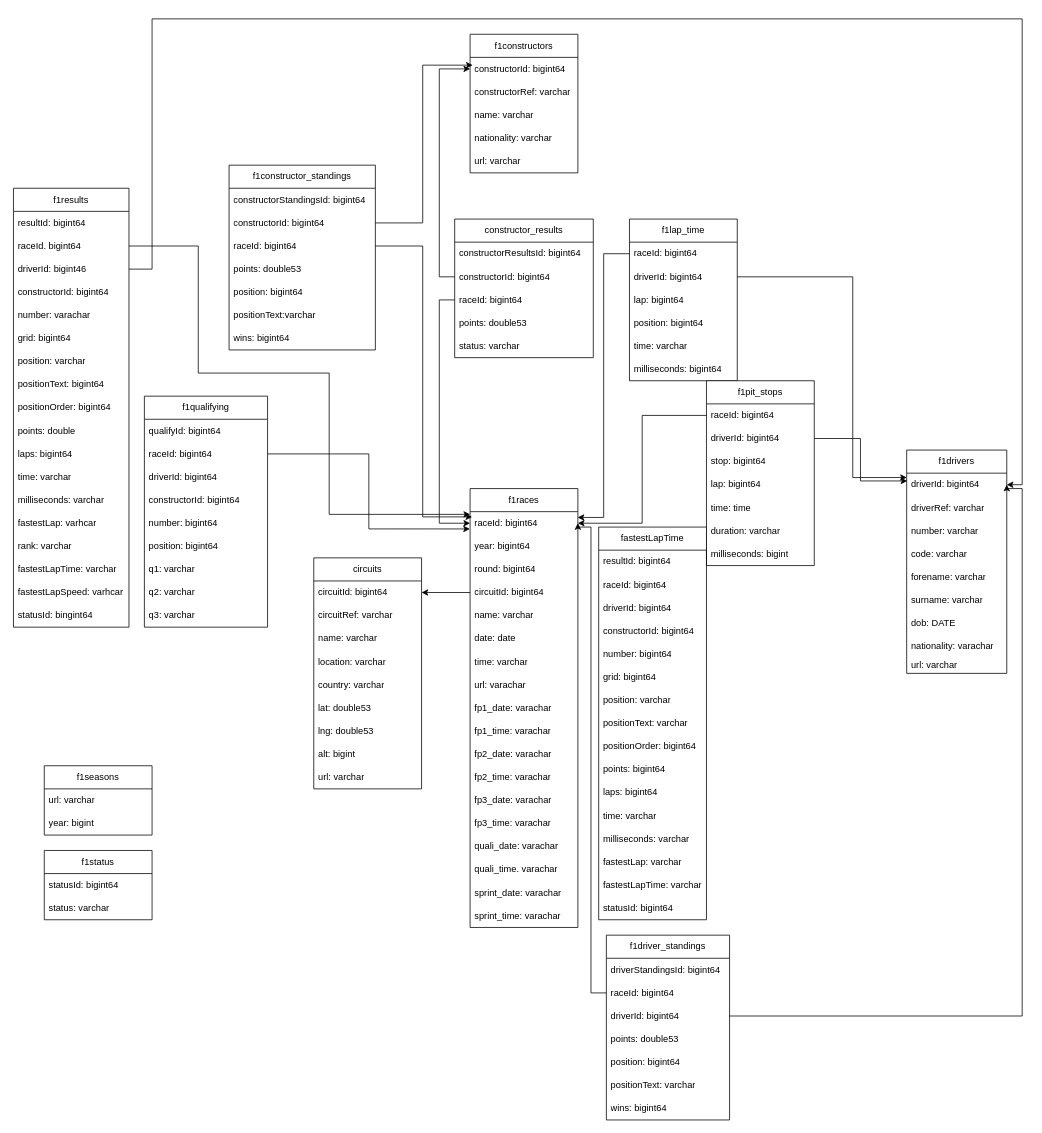
This is er_diagram/formula1_predictor.drawio from Vence85/formula1_predictor, a draw.io file, before an edit. Source tidied: cells renumbered, new cells numbered last; positions are measured from the earlier drawing's top-left corner, leaving out a move shared by most shapes. Both pictures are drawn from the tidied source at 77%, with x=0, y=0 at pixel (13, 18).
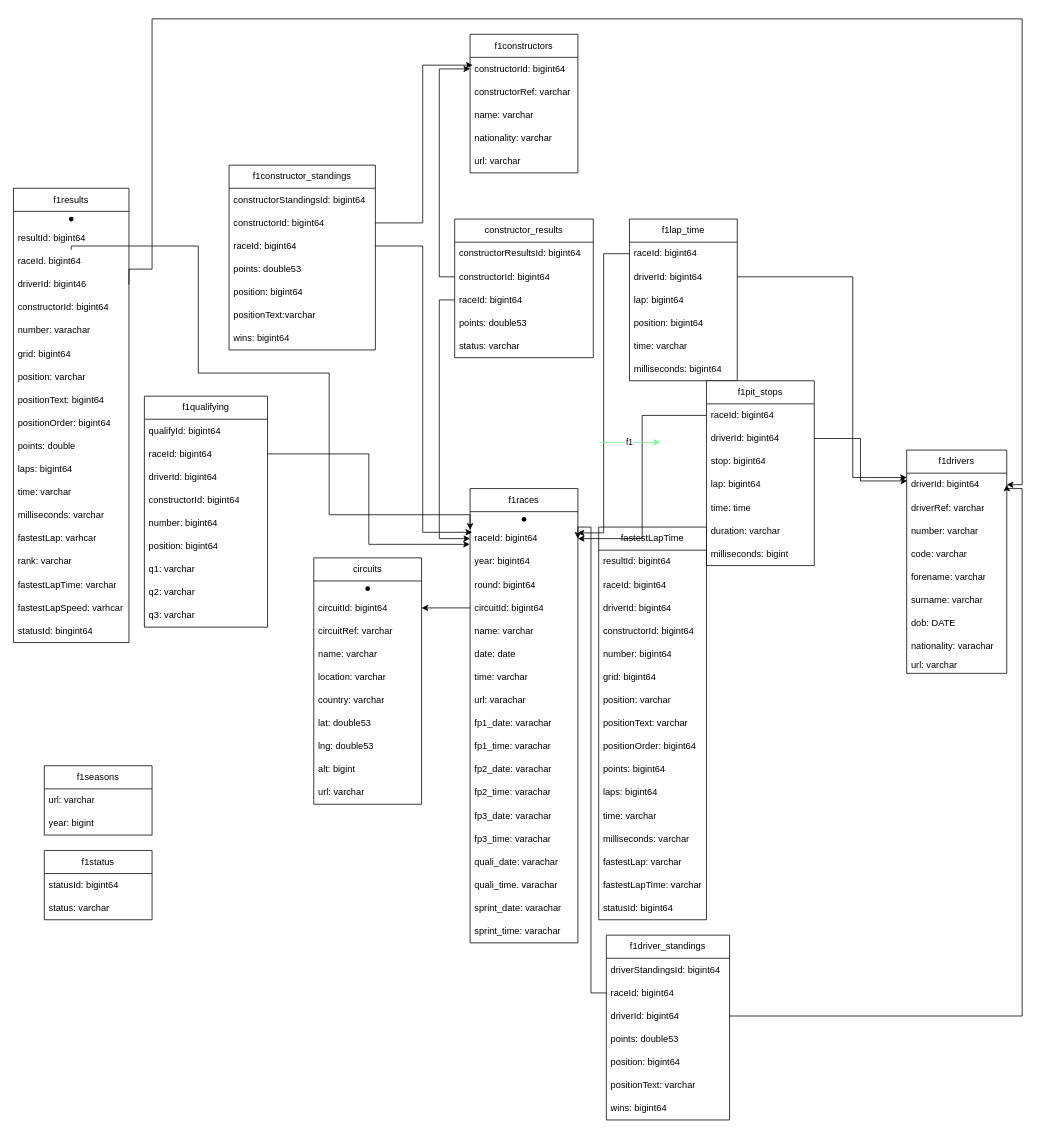
The same diagram, later.

Commit message (it also covers changes not shown here):
deleted a unfinished file with a er diagram

Change to the diagram source:
```diff
@@
     <mxCell id="2" value="circuits" style="swimlane;fontStyle=0;horizontal=1;startSize=30;whiteSpace=wrap;html=1;" parent="1" vertex="1">
-      <mxGeometry x="390" y="700" width="140" height="300" as="geometry" />
+      <mxGeometry x="390" y="700" width="140" height="320" as="geometry" />
     </mxCell>
+    <mxCell id="150" style="shape=waypoint;sketch=0;fillStyle=solid;size=6;fillColor=none;perimeter=centerPerimeter;" parent="2" vertex="1">
+      <mxGeometry y="30" width="140" height="20" as="geometry" />
+    </mxCell>
     <mxCell id="3" value="circuitId: bigint64" style="text;strokeColor=none;fillColor=none;align=left;verticalAlign=middle;spacingLeft=4;spacingRight=4;overflow=hidden;points=[[0,0.5],[1,0.5]];portConstraint=eastwest;whiteSpace=wrap;html=1;" parent="2" vertex="1">
-      <mxGeometry y="30" width="140" height="30" as="geometry" />
+      <mxGeometry y="50" width="140" height="30" as="geometry" />
     </mxCell>
     <mxCell id="4" value="circuitRef: varchar" style="text;strokeColor=none;fillColor=none;align=left;verticalAlign=middle;spacingLeft=4;spacingRight=4;overflow=hidden;whiteSpace=wrap;html=1;" parent="2" vertex="1">
-      <mxGeometry y="60" width="140" height="30" as="geometry" />
+      <mxGeometry y="80" width="140" height="30" as="geometry" />
     </mxCell>
     <mxCell id="5" value="name: varchar" style="text;strokeColor=none;fillColor=none;align=left;verticalAlign=middle;spacingLeft=4;spacingRight=4;overflow=hidden;whiteSpace=wrap;html=1;" parent="2" vertex="1">
-      <mxGeometry y="90" width="140" height="30" as="geometry" />
+      <mxGeometry y="110" width="140" height="30" as="geometry" />
     </mxCell>
     <mxCell id="6" value="location: varchar" style="text;strokeColor=none;fillColor=none;align=left;verticalAlign=middle;spacingLeft=4;spacingRight=4;overflow=hidden;whiteSpace=wrap;html=1;" parent="2" vertex="1">
-      <mxGeometry y="120" width="140" height="30" as="geometry" />
+      <mxGeometry y="140" width="140" height="30" as="geometry" />
     </mxCell>
     <mxCell id="7" value="country: varchar" style="text;strokeColor=none;fillColor=none;align=left;verticalAlign=middle;spacingLeft=4;spacingRight=4;overflow=hidden;whiteSpace=wrap;html=1;" parent="2" vertex="1">
-      <mxGeometry y="150" width="140" height="30" as="geometry" />
+      <mxGeometry y="170" width="140" height="30" as="geometry" />
     </mxCell>
     <mxCell id="8" value="lat: double53" style="text;strokeColor=none;fillColor=none;align=left;verticalAlign=middle;spacingLeft=4;spacingRight=4;overflow=hidden;whiteSpace=wrap;html=1;" parent="2" vertex="1">
-      <mxGeometry y="180" width="140" height="30" as="geometry" />
+      <mxGeometry y="200" width="140" height="30" as="geometry" />
     </mxCell>
     <mxCell id="9" value="lng: double53" style="text;strokeColor=none;fillColor=none;align=left;verticalAlign=middle;spacingLeft=4;spacingRight=4;overflow=hidden;whiteSpace=wrap;html=1;" parent="2" vertex="1">
-      <mxGeometry y="210" width="140" height="30" as="geometry" />
+      <mxGeometry y="230" width="140" height="30" as="geometry" />
     </mxCell>
     <mxCell id="10" value="alt: bigint" style="text;strokeColor=none;fillColor=none;align=left;verticalAlign=middle;spacingLeft=4;spacingRight=4;overflow=hidden;whiteSpace=wrap;html=1;" parent="2" vertex="1">
-      <mxGeometry y="240" width="140" height="30" as="geometry" />
+      <mxGeometry y="260" width="140" height="30" as="geometry" />
     </mxCell>
     <mxCell id="11" value="url: varchar" style="text;strokeColor=none;fillColor=none;align=left;verticalAlign=middle;spacingLeft=4;spacingRight=4;overflow=hidden;whiteSpace=wrap;html=1;" parent="2" vertex="1">
-      <mxGeometry y="270" width="140" height="30" as="geometry" />
+      <mxGeometry y="290" width="140" height="30" as="geometry" />
     </mxCell>
@@
     <mxCell id="28" value="f1results" style="swimlane;fontStyle=0;horizontal=1;startSize=30;whiteSpace=wrap;html=1;" parent="1" vertex="1">
-      <mxGeometry y="220" width="150" height="570" as="geometry" />
+      <mxGeometry y="220" width="150" height="590" as="geometry" />
     </mxCell>
+    <mxCell id="151" style="shape=waypoint;sketch=0;fillStyle=solid;size=6;fillColor=none;perimeter=centerPerimeter;" parent="28" vertex="1">
+      <mxGeometry y="30" width="150" height="20" as="geometry" />
+    </mxCell>
     <mxCell id="29" value="resultId: bigint64" style="text;strokeColor=none;fillColor=none;align=left;verticalAlign=middle;spacingLeft=4;spacingRight=4;overflow=hidden;whiteSpace=wrap;html=1;" parent="28" vertex="1">
-      <mxGeometry y="30" width="150" height="30" as="geometry" />
+      <mxGeometry y="50" width="150" height="30" as="geometry" />
     </mxCell>
     <mxCell id="30" value="raceId. bigint64" style="text;strokeColor=none;fillColor=none;align=left;verticalAlign=middle;spacingLeft=4;spacingRight=4;overflow=hidden;points=[[0,0.5],[1,0.5]];portConstraint=eastwest;whiteSpace=wrap;html=1;" parent="28" vertex="1">
-      <mxGeometry y="60" width="150" height="30" as="geometry" />
+      <mxGeometry y="80" width="150" height="30" as="geometry" />
     </mxCell>
     <mxCell id="31" value="driverId: bigint46" style="text;strokeColor=none;fillColor=none;align=left;verticalAlign=middle;spacingLeft=4;spacingRight=4;overflow=hidden;points=[[0,0.5],[1,0.5]];portConstraint=eastwest;whiteSpace=wrap;html=1;" parent="28" vertex="1">
-      <mxGeometry y="90" width="150" height="30" as="geometry" />
+      <mxGeometry y="110" width="150" height="30" as="geometry" />
     </mxCell>
     <mxCell id="32" value="constructorId: bigint64" style="text;strokeColor=none;fillColor=none;align=left;verticalAlign=middle;spacingLeft=4;spacingRight=4;overflow=hidden;whiteSpace=wrap;html=1;" parent="28" vertex="1">
-      <mxGeometry y="120" width="150" height="30" as="geometry" />
+      <mxGeometry y="140" width="150" height="30" as="geometry" />
     </mxCell>
     <mxCell id="33" value="number: varachar" style="text;strokeColor=none;fillColor=none;align=left;verticalAlign=middle;spacingLeft=4;spacingRight=4;overflow=hidden;whiteSpace=wrap;html=1;" parent="28" vertex="1">
-      <mxGeometry y="150" width="150" height="30" as="geometry" />
+      <mxGeometry y="170" width="150" height="30" as="geometry" />
     </mxCell>
     <mxCell id="34" value="grid: bigint64" style="text;strokeColor=none;fillColor=none;align=left;verticalAlign=middle;spacingLeft=4;spacingRight=4;overflow=hidden;whiteSpace=wrap;html=1;" parent="28" vertex="1">
-      <mxGeometry y="180" width="150" height="30" as="geometry" />
+      <mxGeometry y="200" width="150" height="30" as="geometry" />
     </mxCell>
     <mxCell id="35" value="position: varchar" style="text;strokeColor=none;fillColor=none;align=left;verticalAlign=middle;spacingLeft=4;spacingRight=4;overflow=hidden;whiteSpace=wrap;html=1;" parent="28" vertex="1">
-      <mxGeometry y="210" width="150" height="30" as="geometry" />
+      <mxGeometry y="230" width="150" height="30" as="geometry" />
     </mxCell>
     <mxCell id="36" value="positionText: bigint64" style="text;strokeColor=none;fillColor=none;align=left;verticalAlign=middle;spacingLeft=4;spacingRight=4;overflow=hidden;whiteSpace=wrap;html=1;" parent="28" vertex="1">
-      <mxGeometry y="240" width="150" height="30" as="geometry" />
+      <mxGeometry y="260" width="150" height="30" as="geometry" />
     </mxCell>
     <mxCell id="37" value="positionOrder: bigint64" style="text;strokeColor=none;fillColor=none;align=left;verticalAlign=middle;spacingLeft=4;spacingRight=4;overflow=hidden;whiteSpace=wrap;html=1;" parent="28" vertex="1">
-      <mxGeometry y="270" width="150" height="30" as="geometry" />
+      <mxGeometry y="290" width="150" height="30" as="geometry" />
     </mxCell>
     <mxCell id="38" value="points: double" style="text;strokeColor=none;fillColor=none;align=left;verticalAlign=middle;spacingLeft=4;spacingRight=4;overflow=hidden;whiteSpace=wrap;html=1;" parent="28" vertex="1">
-      <mxGeometry y="300" width="150" height="30" as="geometry" />
+      <mxGeometry y="320" width="150" height="30" as="geometry" />
     </mxCell>
     <mxCell id="39" value="laps: bigint64" style="text;strokeColor=none;fillColor=none;align=left;verticalAlign=middle;spacingLeft=4;spacingRight=4;overflow=hidden;whiteSpace=wrap;html=1;" parent="28" vertex="1">
-      <mxGeometry y="330" width="150" height="30" as="geometry" />
+      <mxGeometry y="350" width="150" height="30" as="geometry" />
     </mxCell>
     <mxCell id="40" value="time: varchar" style="text;strokeColor=none;fillColor=none;align=left;verticalAlign=middle;spacingLeft=4;spacingRight=4;overflow=hidden;whiteSpace=wrap;html=1;" parent="28" vertex="1">
-      <mxGeometry y="360" width="150" height="30" as="geometry" />
+      <mxGeometry y="380" width="150" height="30" as="geometry" />
     </mxCell>
     <mxCell id="41" value="milliseconds: varchar" style="text;strokeColor=none;fillColor=none;align=left;verticalAlign=middle;spacingLeft=4;spacingRight=4;overflow=hidden;whiteSpace=wrap;html=1;" parent="28" vertex="1">
-      <mxGeometry y="390" width="150" height="30" as="geometry" />
+      <mxGeometry y="410" width="150" height="30" as="geometry" />
     </mxCell>
     <mxCell id="42" value="fastestLap: varhcar" style="text;strokeColor=none;fillColor=none;align=left;verticalAlign=middle;spacingLeft=4;spacingRight=4;overflow=hidden;whiteSpace=wrap;html=1;" parent="28" vertex="1">
-      <mxGeometry y="420" width="150" height="30" as="geometry" />
+      <mxGeometry y="440" width="150" height="30" as="geometry" />
     </mxCell>
     <mxCell id="43" value="rank: varchar" style="text;strokeColor=none;fillColor=none;align=left;verticalAlign=middle;spacingLeft=4;spacingRight=4;overflow=hidden;whiteSpace=wrap;html=1;" parent="28" vertex="1">
-      <mxGeometry y="450" width="150" height="30" as="geometry" />
+      <mxGeometry y="470" width="150" height="30" as="geometry" />
     </mxCell>
     <mxCell id="44" value="fastestLapTime: varchar" style="text;strokeColor=none;fillColor=none;align=left;verticalAlign=middle;spacingLeft=4;spacingRight=4;overflow=hidden;whiteSpace=wrap;html=1;" parent="28" vertex="1">
-      <mxGeometry y="480" width="150" height="30" as="geometry" />
+      <mxGeometry y="500" width="150" height="30" as="geometry" />
     </mxCell>
     <mxCell id="45" value="fastestLapSpeed: varhcar" style="text;strokeColor=none;fillColor=none;align=left;verticalAlign=middle;spacingLeft=4;spacingRight=4;overflow=hidden;whiteSpace=wrap;html=1;" parent="28" vertex="1">
-      <mxGeometry y="510" width="150" height="30" as="geometry" />
+      <mxGeometry y="530" width="150" height="30" as="geometry" />
     </mxCell>
     <mxCell id="46" value="statusId: bingint64" style="text;strokeColor=none;fillColor=none;align=left;verticalAlign=middle;spacingLeft=4;spacingRight=4;overflow=hidden;whiteSpace=wrap;html=1;" parent="28" vertex="1">
-      <mxGeometry y="540" width="150" height="30" as="geometry" />
+      <mxGeometry y="560" width="150" height="30" as="geometry" />
     </mxCell>
     <mxCell id="47" value="f1races" style="swimlane;fontStyle=0;horizontal=1;startSize=30;whiteSpace=wrap;html=1;" parent="1" vertex="1">
-      <mxGeometry x="593" y="610" width="140" height="570" as="geometry" />
+      <mxGeometry x="593" y="610" width="140" height="590" as="geometry" />
     </mxCell>
+    <mxCell id="152" style="shape=waypoint;sketch=0;fillStyle=solid;size=6;fillColor=none;perimeter=centerPerimeter;" parent="47" vertex="1">
+      <mxGeometry y="30" width="140" height="20" as="geometry" />
+    </mxCell>
     <mxCell id="48" value="raceId: bigint64" style="text;strokeColor=none;fillColor=none;align=left;verticalAlign=middle;spacingLeft=4;spacingRight=4;overflow=hidden;points=[[0,0.5],[1,0.5]];portConstraint=eastwest;whiteSpace=wrap;html=1;" parent="47" vertex="1">
-      <mxGeometry y="30" width="140" height="30" as="geometry" />
+      <mxGeometry y="50" width="140" height="30" as="geometry" />
     </mxCell>
     <mxCell id="49" value="year: bigint64" style="text;strokeColor=none;fillColor=none;align=left;verticalAlign=middle;spacingLeft=4;spacingRight=4;overflow=hidden;whiteSpace=wrap;html=1;" parent="47" vertex="1">
-      <mxGeometry y="60" width="140" height="30" as="geometry" />
+      <mxGeometry y="80" width="140" height="30" as="geometry" />
     </mxCell>
     <mxCell id="50" value="round: bigint64" style="text;strokeColor=none;fillColor=none;align=left;verticalAlign=middle;spacingLeft=4;spacingRight=4;overflow=hidden;whiteSpace=wrap;html=1;" parent="47" vertex="1">
-      <mxGeometry y="90" width="140" height="30" as="geometry" />
+      <mxGeometry y="110" width="140" height="30" as="geometry" />
     </mxCell>
     <mxCell id="51" value="circuitId: bigint64" style="text;strokeColor=none;fillColor=none;align=left;verticalAlign=middle;spacingLeft=4;spacingRight=4;overflow=hidden;points=[[0,0.5],[1,0.5]];portConstraint=eastwest;whiteSpace=wrap;html=1;" parent="47" vertex="1">
-      <mxGeometry y="120" width="140" height="30" as="geometry" />
+      <mxGeometry y="140" width="140" height="30" as="geometry" />
     </mxCell>
     <mxCell id="52" value="name: varchar" style="text;strokeColor=none;fillColor=none;align=left;verticalAlign=middle;spacingLeft=4;spacingRight=4;overflow=hidden;whiteSpace=wrap;html=1;" parent="47" vertex="1">
-      <mxGeometry y="150" width="140" height="30" as="geometry" />
+      <mxGeometry y="170" width="140" height="30" as="geometry" />
     </mxCell>
     <mxCell id="53" value="date: date" style="text;strokeColor=none;fillColor=none;align=left;verticalAlign=middle;spacingLeft=4;spacingRight=4;overflow=hidden;whiteSpace=wrap;html=1;" parent="47" vertex="1">
-      <mxGeometry y="180" width="140" height="30" as="geometry" />
+      <mxGeometry y="200" width="140" height="30" as="geometry" />
     </mxCell>
     <mxCell id="54" value="time: varchar" style="text;strokeColor=none;fillColor=none;align=left;verticalAlign=middle;spacingLeft=4;spacingRight=4;overflow=hidden;whiteSpace=wrap;html=1;" parent="47" vertex="1">
-      <mxGeometry y="210" width="140" height="30" as="geometry" />
+      <mxGeometry y="230" width="140" height="30" as="geometry" />
     </mxCell>
     <mxCell id="55" value="url: varachar" style="text;strokeColor=none;fillColor=none;align=left;verticalAlign=middle;spacingLeft=4;spacingRight=4;overflow=hidden;whiteSpace=wrap;html=1;" parent="47" vertex="1">
-      <mxGeometry y="240" width="140" height="30" as="geometry" />
+      <mxGeometry y="260" width="140" height="30" as="geometry" />
     </mxCell>
     <mxCell id="56" value="fp1_date: varachar" style="text;strokeColor=none;fillColor=none;align=left;verticalAlign=middle;spacingLeft=4;spacingRight=4;overflow=hidden;whiteSpace=wrap;html=1;" parent="47" vertex="1">
-      <mxGeometry y="270" width="140" height="30" as="geometry" />
+      <mxGeometry y="290" width="140" height="30" as="geometry" />
     </mxCell>
     <mxCell id="57" value="fp1_time: varachar" style="text;strokeColor=none;fillColor=none;align=left;verticalAlign=middle;spacingLeft=4;spacingRight=4;overflow=hidden;whiteSpace=wrap;html=1;" parent="47" vertex="1">
-      <mxGeometry y="300" width="140" height="30" as="geometry" />
+      <mxGeometry y="320" width="140" height="30" as="geometry" />
     </mxCell>
     <mxCell id="58" value="fp2_date: varachar" style="text;strokeColor=none;fillColor=none;align=left;verticalAlign=middle;spacingLeft=4;spacingRight=4;overflow=hidden;whiteSpace=wrap;html=1;" parent="47" vertex="1">
-      <mxGeometry y="330" width="140" height="30" as="geometry" />
+      <mxGeometry y="350" width="140" height="30" as="geometry" />
     </mxCell>
     <mxCell id="59" value="fp2_time: varachar" style="text;strokeColor=none;fillColor=none;align=left;verticalAlign=middle;spacingLeft=4;spacingRight=4;overflow=hidden;whiteSpace=wrap;html=1;" parent="47" vertex="1">
-      <mxGeometry y="360" width="140" height="30" as="geometry" />
+      <mxGeometry y="380" width="140" height="30" as="geometry" />
     </mxCell>
     <mxCell id="60" value="fp3_date: varachar" style="text;strokeColor=none;fillColor=none;align=left;verticalAlign=middle;spacingLeft=4;spacingRight=4;overflow=hidden;whiteSpace=wrap;html=1;" parent="47" vertex="1">
-      <mxGeometry y="390" width="140" height="30" as="geometry" />
+      <mxGeometry y="410" width="140" height="30" as="geometry" />
     </mxCell>
     <mxCell id="61" value="fp3_time: varachar" style="text;strokeColor=none;fillColor=none;align=left;verticalAlign=middle;spacingLeft=4;spacingRight=4;overflow=hidden;whiteSpace=wrap;html=1;" parent="47" vertex="1">
-      <mxGeometry y="420" width="140" height="30" as="geometry" />
+      <mxGeometry y="440" width="140" height="30" as="geometry" />
     </mxCell>
     <mxCell id="62" value="quali_date: varachar" style="text;strokeColor=none;fillColor=none;align=left;verticalAlign=middle;spacingLeft=4;spacingRight=4;overflow=hidden;whiteSpace=wrap;html=1;" parent="47" vertex="1">
-      <mxGeometry y="450" width="140" height="30" as="geometry" />
+      <mxGeometry y="470" width="140" height="30" as="geometry" />
     </mxCell>
     <mxCell id="63" value="quali_time. varachar" style="text;strokeColor=none;fillColor=none;align=left;verticalAlign=middle;spacingLeft=4;spacingRight=4;overflow=hidden;whiteSpace=wrap;html=1;" parent="47" vertex="1">
-      <mxGeometry y="480" width="140" height="30" as="geometry" />
+      <mxGeometry y="500" width="140" height="30" as="geometry" />
     </mxCell>
     <mxCell id="64" value="sprint_date: varachar" style="text;strokeColor=none;fillColor=none;align=left;verticalAlign=middle;spacingLeft=4;spacingRight=4;overflow=hidden;whiteSpace=wrap;html=1;" parent="47" vertex="1">
-      <mxGeometry y="510" width="140" height="30" as="geometry" />
+      <mxGeometry y="530" width="140" height="30" as="geometry" />
     </mxCell>
     <mxCell id="65" value="sprint_time: varachar" style="text;strokeColor=none;fillColor=none;align=left;verticalAlign=middle;spacingLeft=4;spacingRight=4;overflow=hidden;whiteSpace=wrap;html=1;" parent="47" vertex="1">
-      <mxGeometry y="540" width="140" height="30" as="geometry" />
+      <mxGeometry y="560" width="140" height="30" as="geometry" />
     </mxCell>
@@
+    <mxCell id="153" value="f1" style="edgeStyle=none;orthogonalLoop=1;jettySize=auto;html=1;strokeColor=#6BFF8B;" parent="1" edge="1">
+      <mxGeometry relative="1" as="geometry">
+        <mxPoint x="760" y="550" as="sourcePoint" />
+        <mxPoint x="840" y="550" as="targetPoint" />
+      </mxGeometry>
+    </mxCell>
```
